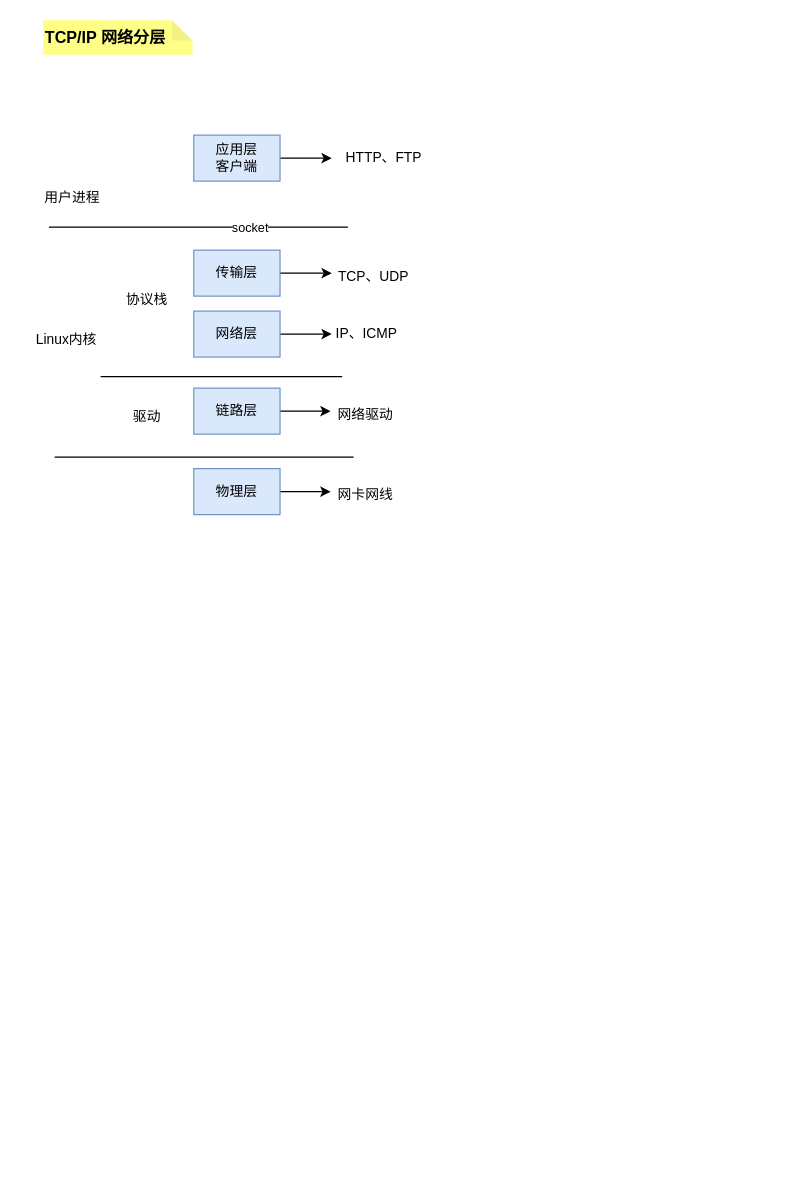
Earlier version of the draw.io diagram draw/计算机基础/网络.drawio (BxcGit/draw). Source tidied: cells renumbered, new cells numbered last; positions are measured from the earlier drawing's top-left corner, leaving out a move shared by most shapes. Both pictures are drawn from the tidied source at 115%, with x=0, y=0 at pixel (20, 20).
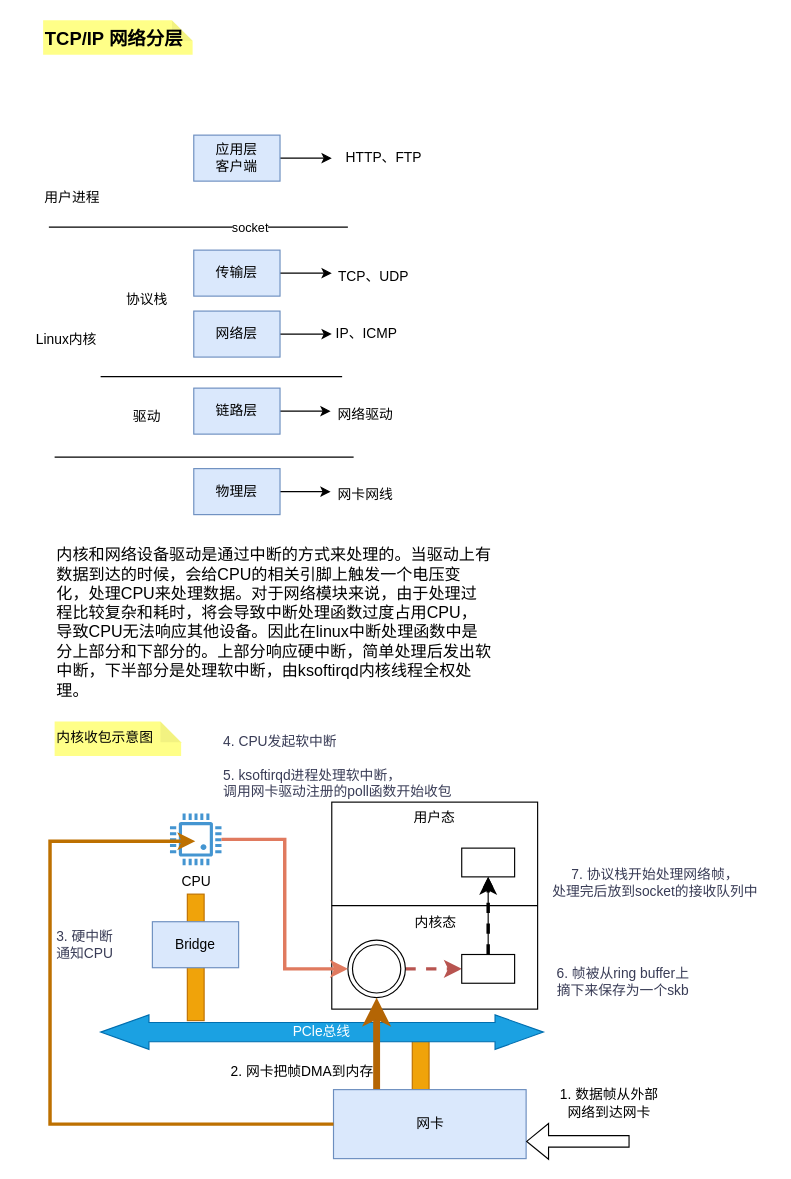
Above is the later version.

What changed in the source:
```diff
@@
+    <mxCell id="26" style="rounded=0;whiteSpace=wrap;html=1;fillColor=#f0a30a;strokeColor=#BD7000;fontColor=#000000;" parent="1" vertex="1">
+      <mxGeometry x="341" y="880" width="14.6" height="90" as="geometry" />
+    </mxCell>
+    <mxCell id="27" style="rounded=0;whiteSpace=wrap;html=1;fillColor=#f0a30a;strokeColor=#BD7000;fontColor=#000000;" parent="1" vertex="1">
+      <mxGeometry x="145.4" y="760" width="14.6" height="110" as="geometry" />
+    </mxCell>
-    <mxCell id="2" value="TCP/IP 网络分层" style="shape=note;whiteSpace=wrap;html=1;backgroundOutline=1;darkOpacity=0.05;fillColor=#ffff88;strokeColor=none;horizontal=1;align=left;verticalAlign=top;size=18;fontSize=14;fontStyle=1;" parent="1" vertex="1">
+    <mxCell id="2" value="TCP/IP 网络分层" style="shape=note;whiteSpace=wrap;html=1;backgroundOutline=1;darkOpacity=0.05;fillColor=#ffff88;strokeColor=none;horizontal=1;align=left;verticalAlign=top;size=18;fontSize=16;fontStyle=1;" parent="1" vertex="1">
       <mxGeometry x="20" width="130" height="30" as="geometry" />
     </mxCell>
@@
+    <mxCell id="28" value="内核和网络设备驱动是通过中断的方式来处理的。当驱动上有数据到达的时候，会给CPU的相关引脚上触发一个电压变化，处理CPU来处理数据。对于网络模块来说，由于处理过程比较复杂和耗时，将会导致中断处理函数过度占用CPU，导致CPU无法响应其他设备。因此在linux中断处理函数中是分上部分和下部分的。上部分响应硬中断，简单处理后发出软中断，下半部分是处理软中断，由ksoftirqd内核线程全权处理。" style="text;html=1;align=left;verticalAlign=top;whiteSpace=wrap;rounded=0;fontSize=14;" parent="1" vertex="1">
+      <mxGeometry x="30" y="450" width="380" height="150" as="geometry" />
+    </mxCell>
+    <mxCell id="29" value="内核收包示意图" style="shape=note;whiteSpace=wrap;html=1;backgroundOutline=1;darkOpacity=0.05;fillColor=#ffff88;strokeColor=none;horizontal=1;align=left;verticalAlign=top;size=18;" parent="1" vertex="1">
+      <mxGeometry x="30" y="610" width="110" height="30" as="geometry" />
+    </mxCell>
+    <mxCell id="30" value="CPU" style="shadow=0;dashed=0;html=1;strokeColor=none;fillColor=#4495D1;labelPosition=center;verticalLabelPosition=bottom;verticalAlign=top;align=center;outlineConnect=0;shape=mxgraph.veeam.cpu;" parent="1" vertex="1">
+      <mxGeometry x="130.3" y="690" width="44.8" height="44.8" as="geometry" />
+    </mxCell>
+    <mxCell id="31" value="PCle总线" style="shape=doubleArrow;whiteSpace=wrap;html=1;arrowWidth=0.5555562337239583;arrowSize=0.10917862601902174;fillColor=#1ba1e2;strokeColor=#006EAF;fontColor=#ffffff;" parent="1" vertex="1">
+      <mxGeometry x="70" y="865" width="385" height="30" as="geometry" />
+    </mxCell>
+    <mxCell id="32" value="Bridge" style="rounded=0;whiteSpace=wrap;html=1;align=center;verticalAlign=middle;fillColor=#dae8fc;strokeColor=#6c8ebf;" parent="1" vertex="1">
+      <mxGeometry x="115" y="784" width="75" height="40" as="geometry" />
+    </mxCell>
+    <mxCell id="33" value="用户态" style="rounded=0;whiteSpace=wrap;html=1;align=center;verticalAlign=top;" parent="1" vertex="1">
+      <mxGeometry x="271" y="680" width="179" height="180" as="geometry" />
+    </mxCell>
+    <mxCell id="34" style="endArrow=none;html=1;rounded=0;entryX=1;entryY=0.5;entryDx=0;entryDy=0;exitX=0;exitY=0.5;exitDx=0;exitDy=0;" parent="1" edge="1" source="33" target="33">
+      <mxGeometry relative="1" as="geometry" />
+    </mxCell>
+    <mxCell id="35" value="内核态" style="text;html=1;align=center;verticalAlign=middle;strokeColor=none;fillColor=none;" parent="1" vertex="1">
+      <mxGeometry x="330.5" y="770" width="60" height="30" as="geometry" />
+    </mxCell>
+    <mxCell id="36" style="edgeStyle=orthogonalEdgeStyle;rounded=0;jettySize=auto;html=1;strokeWidth=3;fillColor=#f8cecc;strokeColor=#b85450;dashed=1;" parent="1" edge="1" source="37" target="40">
+      <mxGeometry relative="1" as="geometry" />
+    </mxCell>
+    <mxCell id="37" style="ellipse;shape=doubleEllipse;whiteSpace=wrap;html=1;" parent="1" vertex="1">
+      <mxGeometry x="285" y="800" width="50" height="50" as="geometry" />
+    </mxCell>
+    <mxCell id="38" style="edgeStyle=orthogonalEdgeStyle;rounded=0;jettySize=auto;html=1;" parent="1" edge="1" source="40" target="41">
+      <mxGeometry relative="1" as="geometry" />
+    </mxCell>
+    <mxCell id="39" style="edgeStyle=orthogonalEdgeStyle;rounded=0;jettySize=auto;html=1;strokeWidth=3;dashed=1;" parent="1" edge="1" source="40" target="41">
+      <mxGeometry relative="1" as="geometry" />
+    </mxCell>
+    <mxCell id="40" style="rounded=0;whiteSpace=wrap;html=1;align=center;verticalAlign=middle;" parent="1" vertex="1">
+      <mxGeometry x="384" y="812.5" width="46" height="25" as="geometry" />
+    </mxCell>
+    <mxCell id="41" style="rounded=0;whiteSpace=wrap;html=1;align=center;verticalAlign=middle;" parent="1" vertex="1">
+      <mxGeometry x="384" y="720" width="46" height="25" as="geometry" />
+    </mxCell>
+    <mxCell id="42" style="edgeStyle=orthogonalEdgeStyle;rounded=0;jettySize=auto;html=1;entryX=0.5;entryY=1;entryDx=0;entryDy=0;strokeWidth=6;fillColor=#fad7ac;strokeColor=#b46504;" parent="1" edge="1" source="43" target="37">
+      <mxGeometry relative="1" as="geometry">
+        <Array as="points">
+          <mxPoint x="310" y="910" />
+          <mxPoint x="310" y="910" />
+        </Array>
+      </mxGeometry>
+    </mxCell>
+    <mxCell id="43" value="网卡" style="rounded=0;whiteSpace=wrap;html=1;align=center;verticalAlign=middle;fillColor=#dae8fc;strokeColor=#6c8ebf;" parent="1" vertex="1">
+      <mxGeometry x="272.5" y="930" width="167.5" height="60" as="geometry" />
+    </mxCell>
+    <mxCell id="44" style="shape=flexArrow;endArrow=classic;html=1;rounded=0;entryX=1;entryY=0.75;entryDx=0;entryDy=0;" parent="1" edge="1" target="43">
+      <mxGeometry relative="1" as="geometry">
+        <mxPoint x="530" y="975" as="sourcePoint" />
+      </mxGeometry>
+    </mxCell>
+    <mxCell id="45" value="1. 数据帧从外部&lt;div&gt;网络到达网卡&lt;/div&gt;" style="text;html=1;align=center;verticalAlign=middle;strokeColor=none;fillColor=none;" parent="1" vertex="1">
+      <mxGeometry x="458" y="918" width="108" height="48" as="geometry" />
+    </mxCell>
+    <mxCell id="46" value="2. 网卡把帧DMA到内存" style="text;html=1;align=center;verticalAlign=middle;strokeColor=none;fillColor=none;" parent="1" vertex="1">
+      <mxGeometry x="170" y="900" width="150" height="30" as="geometry" />
+    </mxCell>
+    <mxCell id="47" style="edgeStyle=orthogonalEdgeStyle;rounded=0;jettySize=auto;html=1;entryX=0.491;entryY=0.536;entryDx=0;entryDy=0;entryPerimeter=0;strokeWidth=3;fillColor=#f0a30a;strokeColor=#BD7000;" parent="1" edge="1" source="43" target="30">
+      <mxGeometry relative="1" as="geometry">
+        <Array as="points">
+          <mxPoint x="26" y="960" />
+          <mxPoint x="26" y="714" />
+        </Array>
+      </mxGeometry>
+    </mxCell>
+    <mxCell id="48" value="3. 硬中断&lt;div&gt;通知CPU&lt;/div&gt;" style="text;html=1;align=center;verticalAlign=middle;strokeColor=none;fillColor=none;fontColor=#393C56;" parent="1" vertex="1">
+      <mxGeometry x="20" y="780" width="72" height="48" as="geometry" />
+    </mxCell>
+    <mxCell id="49" style="edgeStyle=orthogonalEdgeStyle;rounded=0;jettySize=auto;html=1;entryX=0;entryY=0.5;entryDx=0;entryDy=0;strokeColor=#E07A5F;fontColor=#393C56;fillColor=#F2CC8F;strokeWidth=3;" parent="1" edge="1" source="30" target="37">
+      <mxGeometry relative="1" as="geometry" />
+    </mxCell>
+    <mxCell id="50" value="4. CPU发起软中断&lt;div&gt;&lt;br&gt;&lt;/div&gt;&lt;div&gt;5. ksoftirqd进程处理软中断，&lt;/div&gt;&lt;div&gt;调用网卡驱动注册的poll函数开始收包&lt;/div&gt;" style="text;html=1;align=left;verticalAlign=middle;strokeColor=none;fillColor=none;fontColor=#393C56;" parent="1" vertex="1">
+      <mxGeometry x="175.1" y="610" width="222" height="78" as="geometry" />
+    </mxCell>
+    <mxCell id="51" value="6. 帧被从ring buffer上&lt;div&gt;摘下来保存为一个skb&lt;/div&gt;" style="text;html=1;align=center;verticalAlign=middle;strokeColor=none;fillColor=none;fontColor=#393C56;" parent="1" vertex="1">
+      <mxGeometry x="455" y="812" width="138" height="48" as="geometry" />
+    </mxCell>
+    <mxCell id="52" value="7. 协议栈开始处理网络帧，&lt;div&gt;处理完后放到socket的接收队列中&lt;/div&gt;" style="text;html=1;align=center;verticalAlign=middle;strokeColor=none;fillColor=none;fontColor=#393C56;" parent="1" vertex="1">
+      <mxGeometry x="450" y="726" width="204" height="48" as="geometry" />
+    </mxCell>
```
